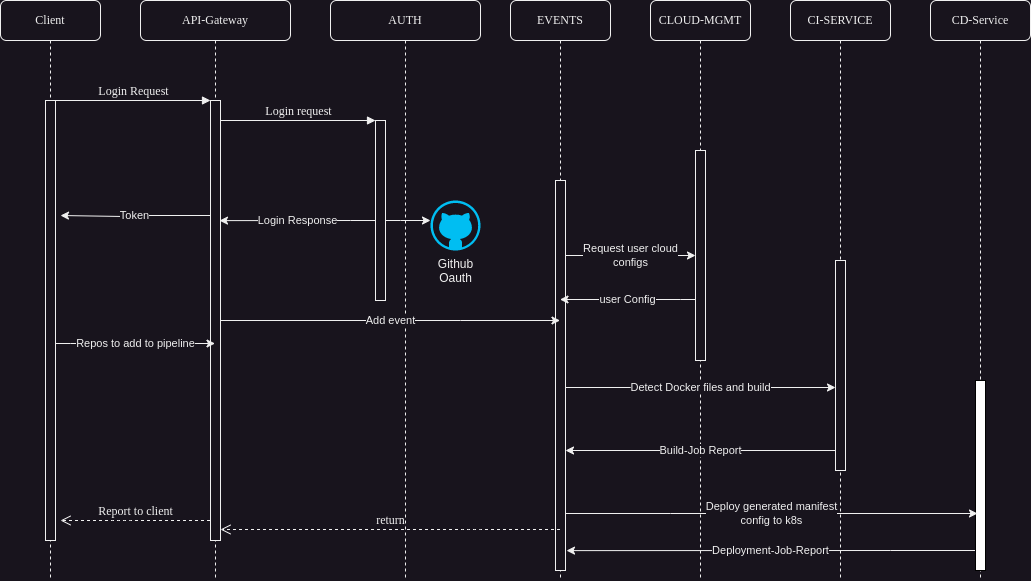
Earlier version of the draw.io export docs/architecture/arch-flow.drawio.png (persys-dev/persys-cloud). Source tidied: cells renumbered, new cells last; positions are measured from the earlier drawing's top-left corner, leaving out a move shared by most shapes. Its diagram source:
```xml
<mxGraphModel>
  <root>
    <mxCell id="0" />
    <mxCell id="1" parent="0" />
    <mxCell id="2" value="API-Gateway" style="shape=umlLifeline;perimeter=lifelinePerimeter;whiteSpace=wrap;html=1;rounded=1;shadow=0;comic=0;labelBackgroundColor=none;strokeWidth=1;fontFamily=Verdana;fontSize=12;align=center;" parent="1" vertex="1">
      <mxGeometry x="140" width="150" height="580" as="geometry" />
    </mxCell>
    <mxCell id="3" style="html=1;points=[];perimeter=orthogonalPerimeter;rounded=0;shadow=0;comic=0;labelBackgroundColor=none;strokeWidth=1;fontFamily=Verdana;fontSize=12;align=center;" parent="2" vertex="1">
      <mxGeometry x="70" y="100" width="10" height="440" as="geometry" />
    </mxCell>
    <mxCell id="4" value="AUTH" style="shape=umlLifeline;perimeter=lifelinePerimeter;whiteSpace=wrap;html=1;rounded=1;shadow=0;comic=0;labelBackgroundColor=none;strokeWidth=1;fontFamily=Verdana;fontSize=12;align=center;" parent="1" vertex="1">
      <mxGeometry x="330" width="150" height="580" as="geometry" />
    </mxCell>
    <mxCell id="5" style="edgeStyle=orthogonalEdgeStyle;rounded=0;jettySize=auto;html=1;" parent="4" edge="1" source="6" target="7">
      <mxGeometry relative="1" as="geometry">
        <Array as="points">
          <mxPoint x="70" y="220" />
          <mxPoint x="70" y="220" />
        </Array>
      </mxGeometry>
    </mxCell>
    <mxCell id="6" style="html=1;points=[];perimeter=orthogonalPerimeter;rounded=0;shadow=0;comic=0;labelBackgroundColor=none;strokeWidth=1;fontFamily=Verdana;fontSize=12;align=center;" parent="4" vertex="1">
      <mxGeometry x="45" y="120" width="10" height="180" as="geometry" />
    </mxCell>
    <mxCell id="7" value="Github&lt;br&gt;Oauth" style="verticalLabelPosition=bottom;html=1;verticalAlign=top;align=center;strokeColor=none;fillColor=#00BEF2;shape=mxgraph.azure.github_code;" parent="4" vertex="1">
      <mxGeometry x="100" y="200" width="50" height="50" as="geometry" />
    </mxCell>
    <mxCell id="8" value="EVENTS" style="shape=umlLifeline;perimeter=lifelinePerimeter;whiteSpace=wrap;html=1;outlineConnect=0;rounded=1;shadow=0;comic=0;labelBackgroundColor=none;strokeWidth=1;fontFamily=Verdana;fontSize=12;align=center;" parent="1" vertex="1">
      <mxGeometry x="510" width="100" height="580" as="geometry" />
    </mxCell>
    <mxCell id="9" style="html=1;points=[];perimeter=orthogonalPerimeter;rounded=0;shadow=0;comic=0;labelBackgroundColor=none;strokeWidth=1;fontFamily=Verdana;fontSize=12;align=center;" parent="8" vertex="1">
      <mxGeometry x="45" y="180" width="10" height="390" as="geometry" />
    </mxCell>
    <mxCell id="10" value="CLOUD-MGMT" style="shape=umlLifeline;perimeter=lifelinePerimeter;whiteSpace=wrap;html=1;rounded=1;shadow=0;comic=0;labelBackgroundColor=none;strokeWidth=1;fontFamily=Verdana;fontSize=12;align=center;" parent="1" vertex="1">
      <mxGeometry x="650" width="100" height="580" as="geometry" />
    </mxCell>
    <mxCell id="11" value="CI-SERVICE" style="shape=umlLifeline;perimeter=lifelinePerimeter;whiteSpace=wrap;html=1;rounded=1;shadow=0;comic=0;labelBackgroundColor=none;strokeWidth=1;fontFamily=Verdana;fontSize=12;align=center;" parent="1" vertex="1">
      <mxGeometry x="790" width="100" height="580" as="geometry" />
    </mxCell>
    <mxCell id="12" style="html=1;points=[];perimeter=orthogonalPerimeter;rounded=0;shadow=0;comic=0;labelBackgroundColor=none;strokeWidth=1;fontFamily=Verdana;fontSize=12;align=center;" parent="11" vertex="1">
      <mxGeometry x="45" y="260" width="10" height="210" as="geometry" />
    </mxCell>
    <mxCell id="13" value="CD-Service" style="shape=umlLifeline;perimeter=lifelinePerimeter;whiteSpace=wrap;html=1;rounded=1;shadow=0;comic=0;labelBackgroundColor=none;strokeWidth=1;fontFamily=Verdana;fontSize=12;align=center;" parent="1" vertex="1">
      <mxGeometry x="930" width="100" height="580" as="geometry" />
    </mxCell>
    <mxCell id="14" value="Client" style="shape=umlLifeline;perimeter=lifelinePerimeter;whiteSpace=wrap;html=1;rounded=1;shadow=0;comic=0;labelBackgroundColor=none;strokeWidth=1;fontFamily=Verdana;fontSize=12;align=center;" parent="1" vertex="1">
      <mxGeometry width="100" height="580" as="geometry" />
    </mxCell>
    <mxCell id="15" style="html=1;points=[];perimeter=orthogonalPerimeter;rounded=0;shadow=0;comic=0;labelBackgroundColor=none;strokeWidth=1;fontFamily=Verdana;fontSize=12;align=center;" parent="14" vertex="1">
      <mxGeometry x="45" y="100" width="10" height="440" as="geometry" />
    </mxCell>
    <mxCell id="16" value="user Config" style="edgeStyle=orthogonalEdgeStyle;rounded=0;orthogonalLoop=1;jettySize=auto;html=1;" parent="1" edge="1">
      <mxGeometry relative="1" as="geometry">
        <mxPoint x="695" y="299" as="sourcePoint" />
        <mxPoint x="559.5" y="299" as="targetPoint" />
        <Array as="points">
          <mxPoint x="680" y="299" />
          <mxPoint x="680" y="299" />
        </Array>
      </mxGeometry>
    </mxCell>
    <mxCell id="17" style="html=1;points=[];perimeter=orthogonalPerimeter;rounded=0;shadow=0;comic=0;labelBackgroundColor=none;strokeWidth=1;fontFamily=Verdana;fontSize=12;align=center;" parent="1" vertex="1">
      <mxGeometry x="695" y="150" width="10" height="210" as="geometry" />
    </mxCell>
    <mxCell id="18" value="Deployment-Job-Report" style="edgeStyle=orthogonalEdgeStyle;rounded=0;jettySize=auto;html=1;entryX=1.1;entryY=0.949;entryDx=0;entryDy=0;entryPerimeter=0;" parent="1" edge="1" source="19" target="9">
      <mxGeometry relative="1" as="geometry">
        <Array as="points">
          <mxPoint x="890" y="550" />
          <mxPoint x="890" y="550" />
        </Array>
      </mxGeometry>
    </mxCell>
    <mxCell id="19" style="html=1;points=[];perimeter=orthogonalPerimeter;rounded=0;shadow=0;comic=0;labelBackgroundColor=none;strokeColor=#000000;strokeWidth=1;fillColor=#FFFFFF;fontFamily=Verdana;fontSize=12;fontColor=#000000;align=center;" parent="1" vertex="1">
      <mxGeometry x="975" y="380" width="10" height="190" as="geometry" />
    </mxCell>
    <mxCell id="20" value="return" style="html=1;verticalAlign=bottom;endArrow=open;dashed=1;endSize=8;labelBackgroundColor=none;fontFamily=Verdana;fontSize=12;edgeStyle=elbowEdgeStyle;elbow=vertical;" parent="1" edge="1" target="3">
      <mxGeometry relative="1" as="geometry">
        <mxPoint x="559.5" y="529" as="sourcePoint" />
        <Array as="points">
          <mxPoint x="470" y="529" />
        </Array>
      </mxGeometry>
    </mxCell>
    <mxCell id="21" value="Login Request" style="html=1;verticalAlign=bottom;endArrow=block;entryX=0;entryY=0;labelBackgroundColor=none;fontFamily=Verdana;fontSize=12;edgeStyle=elbowEdgeStyle;elbow=vertical;" parent="1" edge="1" source="15" target="3">
      <mxGeometry relative="1" as="geometry" />
    </mxCell>
    <mxCell id="22" value="Login request" style="html=1;verticalAlign=bottom;endArrow=block;entryX=0;entryY=0;labelBackgroundColor=none;fontFamily=Verdana;fontSize=12;edgeStyle=elbowEdgeStyle;elbow=vertical;" parent="1" edge="1" source="3" target="6">
      <mxGeometry relative="1" as="geometry" />
    </mxCell>
    <mxCell id="23" value="Login Response" style="edgeStyle=orthogonalEdgeStyle;rounded=0;jettySize=auto;html=1;entryX=0.9;entryY=0.273;entryDx=0;entryDy=0;entryPerimeter=0;" parent="1" edge="1" source="6" target="3">
      <mxGeometry relative="1" as="geometry">
        <Array as="points">
          <mxPoint x="350" y="220" />
          <mxPoint x="350" y="220" />
        </Array>
      </mxGeometry>
    </mxCell>
    <mxCell id="24" value="Token" style="edgeStyle=orthogonalEdgeStyle;rounded=0;jettySize=auto;html=1;" parent="1" edge="1" source="3">
      <mxGeometry relative="1" as="geometry">
        <mxPoint x="60" y="215" as="targetPoint" />
        <Array as="points">
          <mxPoint x="123" y="215" />
          <mxPoint x="123" y="216" />
        </Array>
      </mxGeometry>
    </mxCell>
    <mxCell id="25" value="Repos to add to pipeline" style="edgeStyle=orthogonalEdgeStyle;rounded=0;orthogonalLoop=1;jettySize=auto;html=1;" parent="1" edge="1">
      <mxGeometry relative="1" as="geometry">
        <mxPoint x="55" y="343" as="sourcePoint" />
        <mxPoint x="214.5" y="343" as="targetPoint" />
        <Array as="points">
          <mxPoint x="70" y="343" />
          <mxPoint x="70" y="343" />
        </Array>
      </mxGeometry>
    </mxCell>
    <mxCell id="26" value="Add event" style="edgeStyle=orthogonalEdgeStyle;rounded=0;jettySize=auto;html=1;" parent="1" edge="1" source="3" target="8">
      <mxGeometry relative="1" as="geometry">
        <Array as="points">
          <mxPoint x="460" y="320" />
          <mxPoint x="460" y="320" />
        </Array>
      </mxGeometry>
    </mxCell>
    <mxCell id="27" value="Request user cloud&lt;br&gt;configs" style="edgeStyle=orthogonalEdgeStyle;rounded=0;jettySize=auto;html=1;" parent="1" edge="1" source="9" target="17">
      <mxGeometry relative="1" as="geometry">
        <Array as="points">
          <mxPoint x="590" y="255" />
          <mxPoint x="590" y="255" />
        </Array>
      </mxGeometry>
    </mxCell>
    <mxCell id="28" value="Detect Docker files and build" style="edgeStyle=orthogonalEdgeStyle;rounded=0;orthogonalLoop=1;jettySize=auto;html=1;" parent="1" edge="1">
      <mxGeometry relative="1" as="geometry">
        <mxPoint x="565" y="387" as="sourcePoint" />
        <mxPoint x="835" y="387" as="targetPoint" />
        <Array as="points">
          <mxPoint x="630" y="387" />
          <mxPoint x="630" y="387" />
        </Array>
      </mxGeometry>
    </mxCell>
    <mxCell id="29" value="Build-Job Report" style="edgeStyle=orthogonalEdgeStyle;rounded=0;jettySize=auto;html=1;" parent="1" edge="1" source="12">
      <mxGeometry relative="1" as="geometry">
        <mxPoint x="565" y="450" as="targetPoint" />
        <Array as="points">
          <mxPoint x="565" y="450" />
        </Array>
      </mxGeometry>
    </mxCell>
    <mxCell id="30" value="Deploy generated manifest&lt;br&gt;config to k8s" style="edgeStyle=orthogonalEdgeStyle;rounded=0;jettySize=auto;html=1;entryX=0.2;entryY=0.7;entryDx=0;entryDy=0;entryPerimeter=0;" parent="1" edge="1" source="9" target="19">
      <mxGeometry relative="1" as="geometry">
        <Array as="points">
          <mxPoint x="670" y="513" />
          <mxPoint x="670" y="513" />
        </Array>
      </mxGeometry>
    </mxCell>
    <mxCell id="31" value="Report to client" style="html=1;verticalAlign=bottom;endArrow=open;dashed=1;endSize=8;labelBackgroundColor=none;fontFamily=Verdana;fontSize=12;edgeStyle=elbowEdgeStyle;elbow=vertical;" parent="1" edge="1">
      <mxGeometry relative="1" as="geometry">
        <mxPoint x="209.5" y="520" as="sourcePoint" />
        <mxPoint x="60" y="520" as="targetPoint" />
        <Array as="points">
          <mxPoint x="120" y="520" />
        </Array>
      </mxGeometry>
    </mxCell>
  </root>
</mxGraphModel>
```
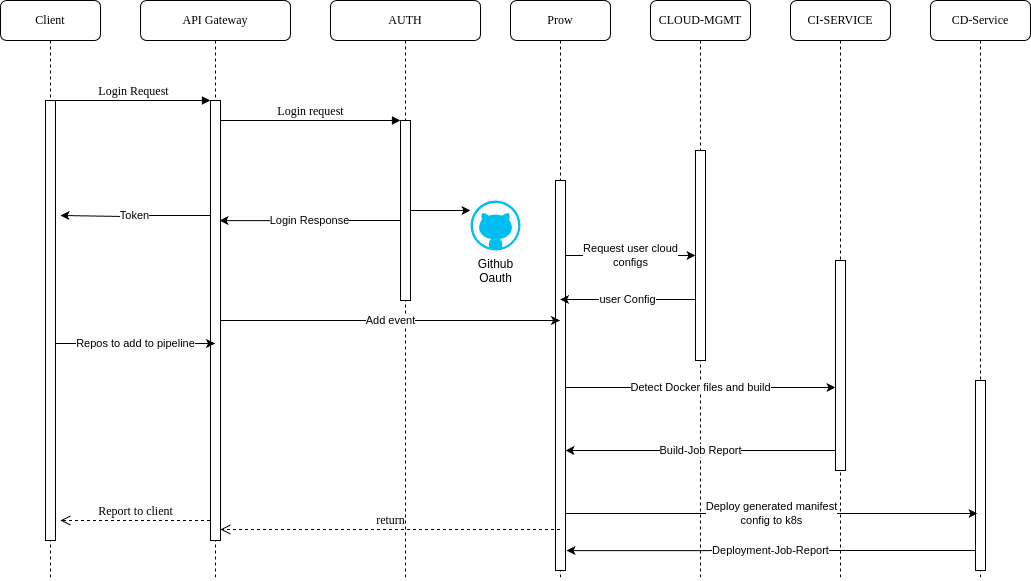
Later version of the same file.

Commit message:
Chore: Update architecture diagrams for Persys Cloud, including enhancements to the flow and cloud design.

Change to the diagram source:
```diff
@@ -2,7 +2,7 @@
   <root>
     <mxCell id="0" />
     <mxCell id="1" parent="0" />
-    <mxCell id="2" value="API-Gateway" style="shape=umlLifeline;perimeter=lifelinePerimeter;whiteSpace=wrap;html=1;rounded=1;shadow=0;comic=0;labelBackgroundColor=none;strokeWidth=1;fontFamily=Verdana;fontSize=12;align=center;" parent="1" vertex="1">
+    <mxCell id="2" value="API Gateway" style="shape=umlLifeline;perimeter=lifelinePerimeter;whiteSpace=wrap;html=1;rounded=1;shadow=0;comic=0;labelBackgroundColor=none;strokeWidth=1;fontFamily=Verdana;fontSize=12;align=center;" parent="1" vertex="1">
       <mxGeometry x="140" width="150" height="580" as="geometry" />
     </mxCell>
     <mxCell id="3" style="html=1;points=[];perimeter=orthogonalPerimeter;rounded=0;shadow=0;comic=0;labelBackgroundColor=none;strokeWidth=1;fontFamily=Verdana;fontSize=12;align=center;" parent="2" vertex="1">
@@ -11,21 +11,10 @@
     <mxCell id="4" value="AUTH" style="shape=umlLifeline;perimeter=lifelinePerimeter;whiteSpace=wrap;html=1;rounded=1;shadow=0;comic=0;labelBackgroundColor=none;strokeWidth=1;fontFamily=Verdana;fontSize=12;align=center;" parent="1" vertex="1">
       <mxGeometry x="330" width="150" height="580" as="geometry" />
     </mxCell>
-    <mxCell id="5" style="edgeStyle=orthogonalEdgeStyle;rounded=0;jettySize=auto;html=1;" parent="4" edge="1" source="6" target="7">
-      <mxGeometry relative="1" as="geometry">
-        <Array as="points">
-          <mxPoint x="70" y="220" />
-          <mxPoint x="70" y="220" />
-        </Array>
-      </mxGeometry>
-    </mxCell>
     <mxCell id="6" style="html=1;points=[];perimeter=orthogonalPerimeter;rounded=0;shadow=0;comic=0;labelBackgroundColor=none;strokeWidth=1;fontFamily=Verdana;fontSize=12;align=center;" parent="4" vertex="1">
-      <mxGeometry x="45" y="120" width="10" height="180" as="geometry" />
+      <mxGeometry x="70" y="120" width="10" height="180" as="geometry" />
     </mxCell>
-    <mxCell id="7" value="Github&lt;br&gt;Oauth" style="verticalLabelPosition=bottom;html=1;verticalAlign=top;align=center;strokeColor=none;fillColor=#00BEF2;shape=mxgraph.azure.github_code;" parent="4" vertex="1">
-      <mxGeometry x="100" y="200" width="50" height="50" as="geometry" />
-    </mxCell>
-    <mxCell id="8" value="EVENTS" style="shape=umlLifeline;perimeter=lifelinePerimeter;whiteSpace=wrap;html=1;outlineConnect=0;rounded=1;shadow=0;comic=0;labelBackgroundColor=none;strokeWidth=1;fontFamily=Verdana;fontSize=12;align=center;" parent="1" vertex="1">
+    <mxCell id="8" value="Prow" style="shape=umlLifeline;perimeter=lifelinePerimeter;whiteSpace=wrap;html=1;outlineConnect=0;rounded=1;shadow=0;comic=0;labelBackgroundColor=none;strokeWidth=1;fontFamily=Verdana;fontSize=12;align=center;" parent="1" vertex="1">
       <mxGeometry x="510" width="100" height="580" as="geometry" />
     </mxCell>
     <mxCell id="9" style="html=1;points=[];perimeter=orthogonalPerimeter;rounded=0;shadow=0;comic=0;labelBackgroundColor=none;strokeWidth=1;fontFamily=Verdana;fontSize=12;align=center;" parent="8" vertex="1">
@@ -165,5 +154,16 @@
         </Array>
       </mxGeometry>
     </mxCell>
+    <mxCell id="7" value="Github&lt;br&gt;Oauth" style="verticalLabelPosition=bottom;html=1;verticalAlign=top;align=center;strokeColor=none;fillColor=#00BEF2;shape=mxgraph.azure.github_code;" parent="1" vertex="1">
+      <mxGeometry x="470" y="200" width="50" height="50" as="geometry" />
+    </mxCell>
+    <mxCell id="5" style="edgeStyle=orthogonalEdgeStyle;rounded=0;jettySize=auto;html=1;" parent="1" edge="1" source="6" target="7">
+      <mxGeometry relative="1" as="geometry">
+        <Array as="points">
+          <mxPoint x="400" y="220" />
+          <mxPoint x="400" y="220" />
+        </Array>
+      </mxGeometry>
+    </mxCell>
   </root>
 </mxGraphModel>
```
